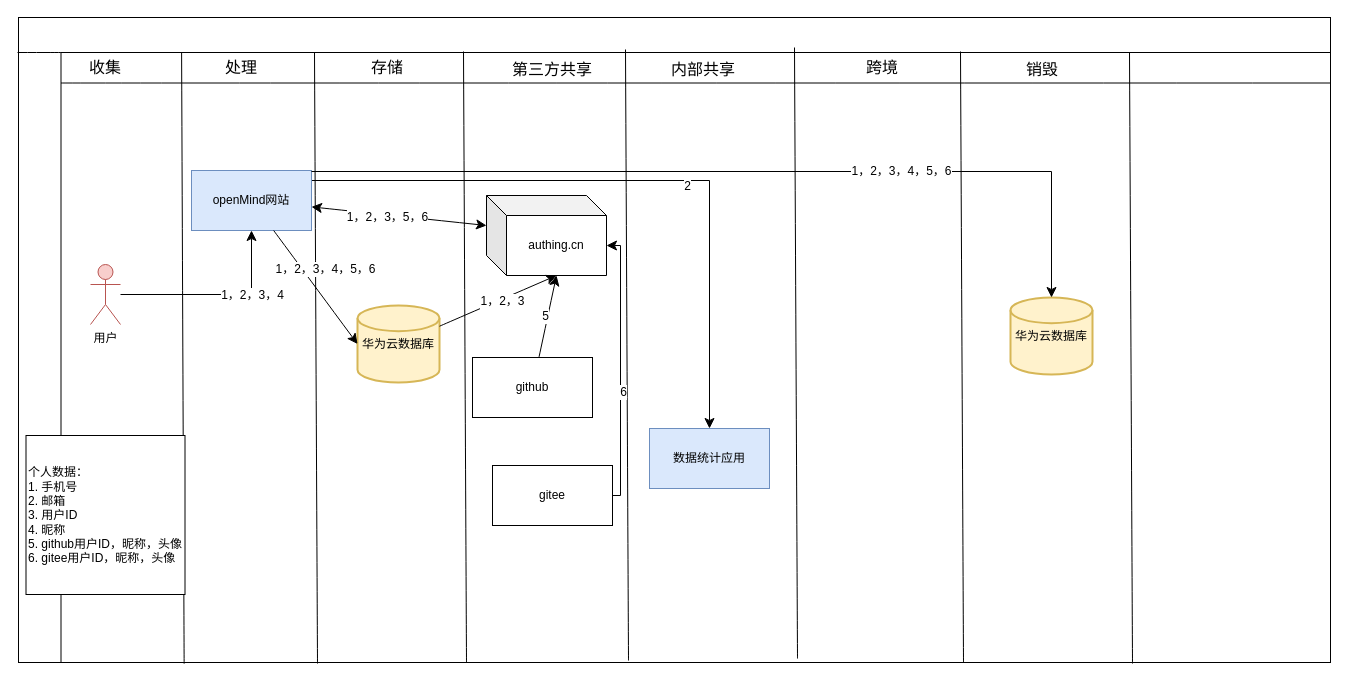
Earlier version of the draw.io diagram openMind-PIA.drawio (pkking/mydrawio). Source tidied: cells renumbered, new cells numbered last; positions are measured from the earlier drawing's top-left corner, leaving out a move shared by most shapes. Both pictures are drawn from the tidied source at 100%, with x=0, y=0 at pixel (17, 17).
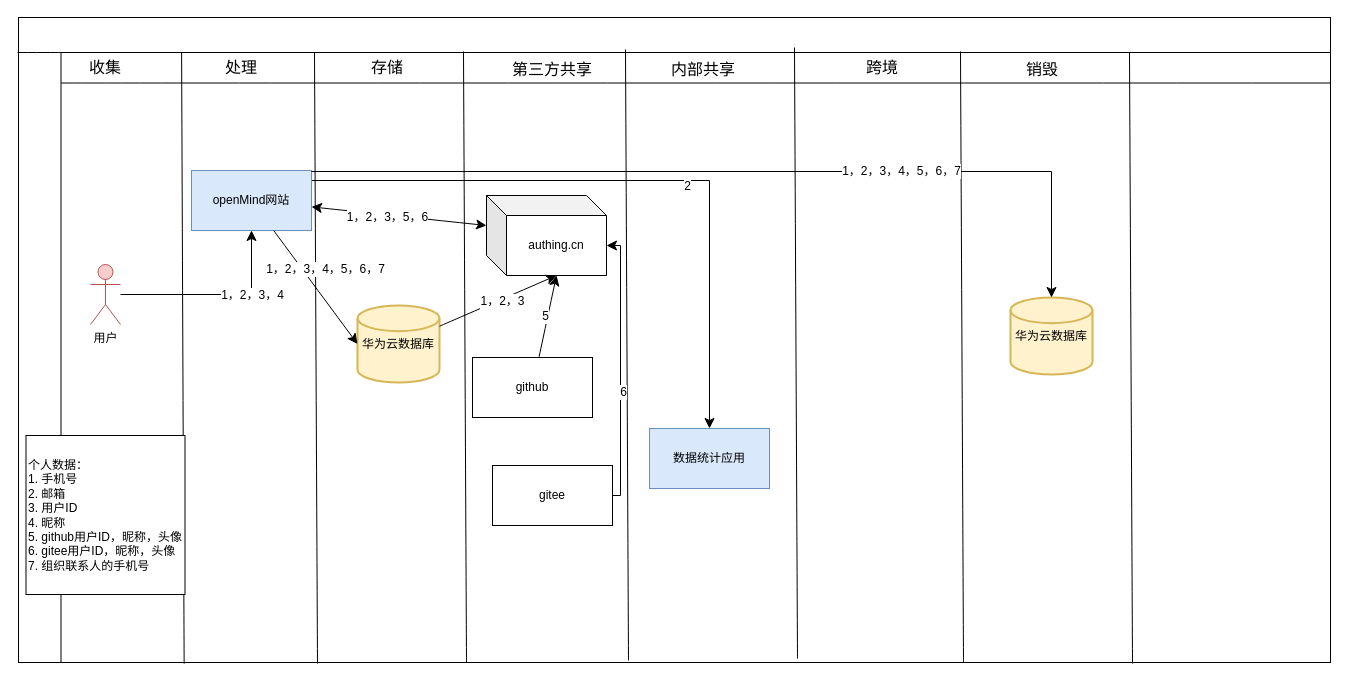
After the change.

Unchanged cells that the change refers to:
```xml
<mxCell id="33" style="edgeStyle=none;curved=1;rounded=0;jettySize=auto;html=1;entryX=0;entryY=0.5;entryDx=0;entryDy=0;entryPerimeter=0;fontSize=12;startSize=8;endSize=8;" parent="1" edge="1" source="25" target="26">
  <mxGeometry relative="1" as="geometry" />
</mxCell>
<mxCell id="37" style="edgeStyle=orthogonalEdgeStyle;rounded=0;jettySize=auto;html=1;entryX=0.5;entryY=0;entryDx=0;entryDy=0;entryPerimeter=0;fontSize=12;startSize=8;endSize=8;" parent="1" edge="1" source="25" target="36">
  <mxGeometry relative="1" as="geometry">
    <Array as="points">
      <mxPoint x="1034" y="154" />
    </Array>
  </mxGeometry>
</mxCell>
```

The edit, as a diff of the source:
```diff
@@
-    <mxCell id="30" value="&lt;div&gt;&lt;span style=&quot;background-color: initial;&quot;&gt;个人数据：&lt;/span&gt;&lt;br&gt;&lt;/div&gt;&lt;div&gt;1. 手机号&lt;/div&gt;&lt;div&gt;2. 邮箱&lt;/div&gt;&lt;div&gt;3. 用户ID&lt;/div&gt;&lt;div&gt;4. 昵称&lt;/div&gt;&lt;div&gt;5. github用户ID，昵称，头像&lt;/div&gt;&lt;div&gt;6. gitee用户ID，昵称，头像&lt;/div&gt;" style="whiteSpace=wrap;html=1;align=left;" parent="1" vertex="1">
+    <mxCell id="30" value="&lt;div&gt;&lt;span style=&quot;background-color: initial;&quot;&gt;个人数据：&lt;/span&gt;&lt;br&gt;&lt;/div&gt;&lt;div&gt;1. 手机号&lt;/div&gt;&lt;div&gt;2. 邮箱&lt;/div&gt;&lt;div&gt;3. 用户ID&lt;/div&gt;&lt;div&gt;4. 昵称&lt;/div&gt;&lt;div&gt;5. github用户ID，昵称，头像&lt;/div&gt;&lt;div&gt;6. gitee用户ID，昵称，头像&lt;/div&gt;&lt;div&gt;7. 组织联系人的手机号&lt;/div&gt;" style="whiteSpace=wrap;html=1;align=left;" parent="1" vertex="1">
       <mxGeometry x="8.5" y="418" width="159" height="159" as="geometry" />
     </mxCell>
@@
-    <mxCell id="34" value="1，2，3，4，5，6" style="edgeLabel;html=1;align=center;verticalAlign=middle;fontSize=12;" parent="33" vertex="1">
+    <mxCell id="34" value="1，2，3，4，5，6，7" style="edgeLabel;html=1;align=center;verticalAlign=middle;fontSize=12;" parent="33" vertex="1">
       <mxGeometry x="-0.22" y="-6" relative="1" as="geometry">
         <mxPoint x="23" y="-9" as="offset" />
       </mxGeometry>
     </mxCell>
@@
-    <mxCell id="38" value="1，2，3，4，5，6" style="edgeLabel;html=1;align=center;verticalAlign=middle;fontSize=12;" parent="37" vertex="1">
+    <mxCell id="38" value="1，2，3，4，5，6，7" style="edgeLabel;html=1;align=center;verticalAlign=middle;fontSize=12;" parent="37" vertex="1">
       <mxGeometry x="0.36" y="1" relative="1" as="geometry" />
     </mxCell>
```
